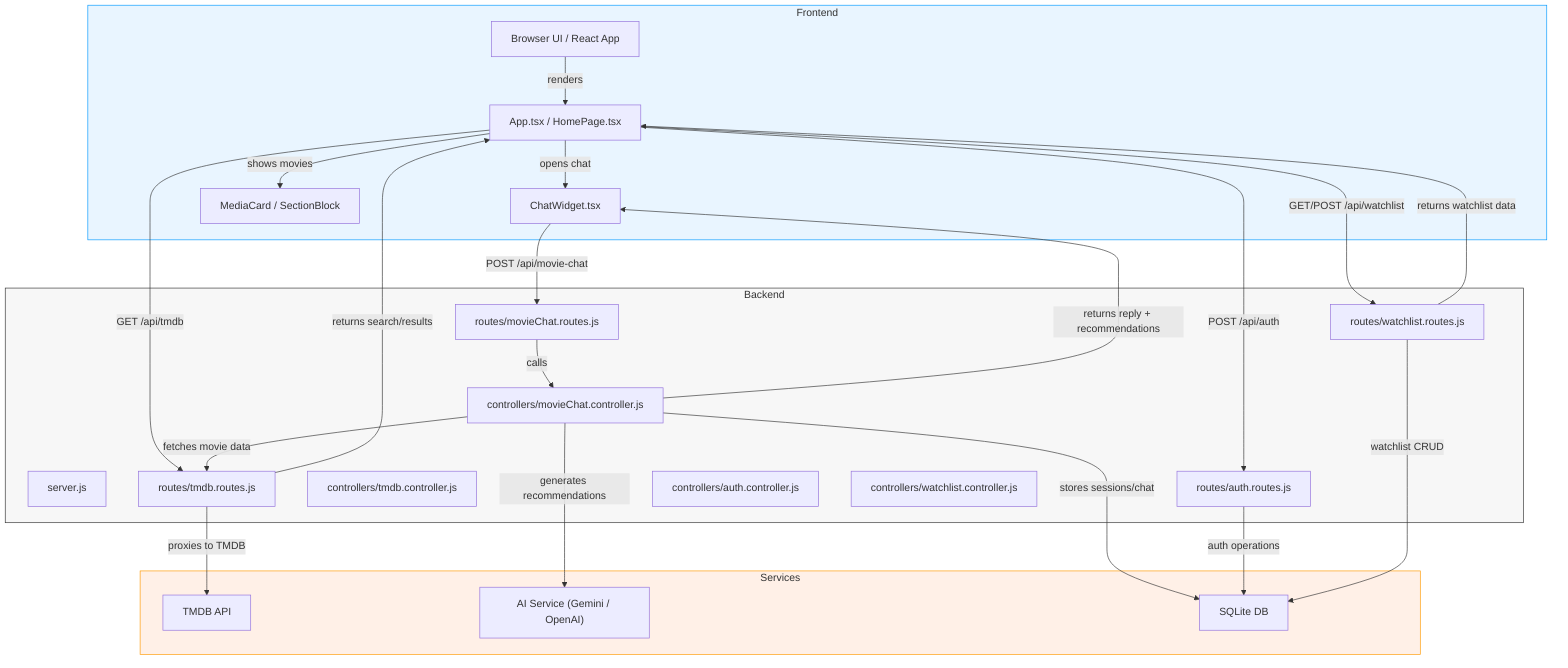
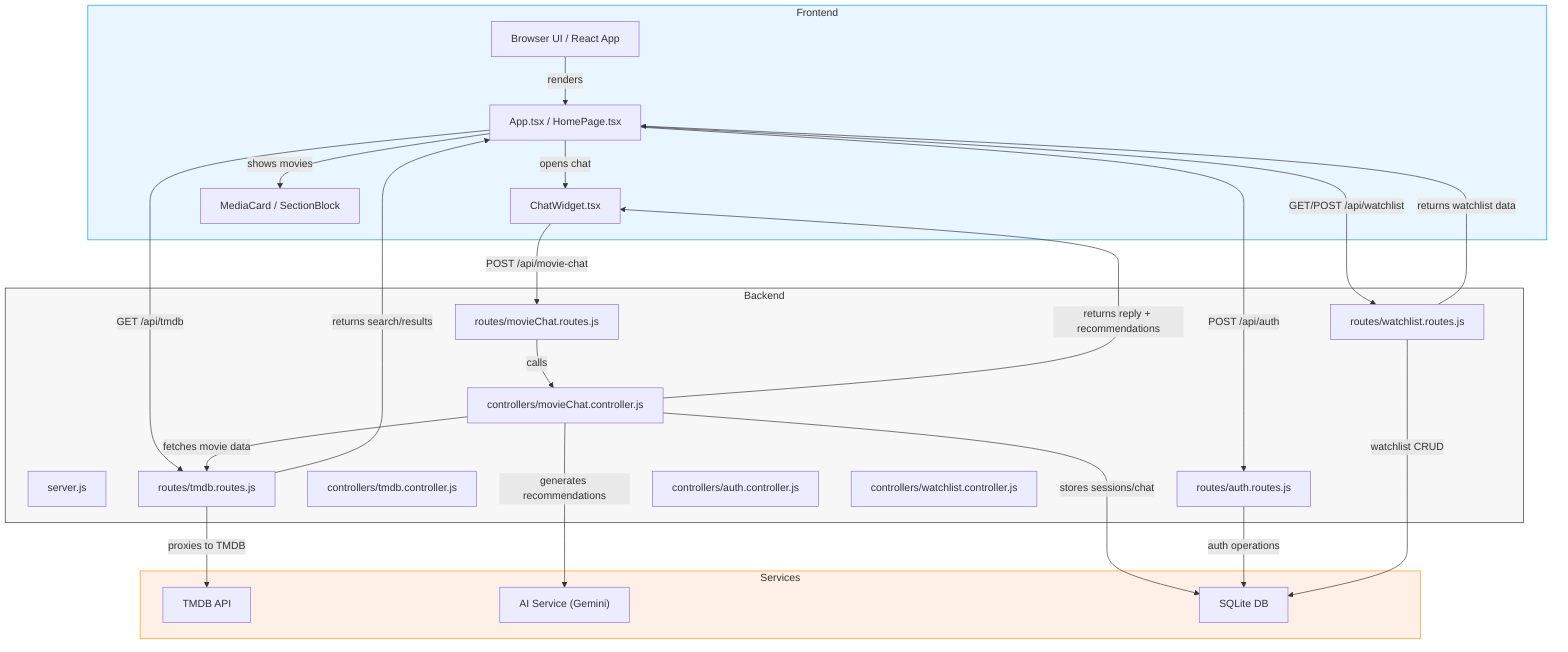
flowchart TD
  subgraph Frontend
    A1[Browser UI / React App]
    A2[App.tsx / HomePage.tsx]
    A3[ChatWidget.tsx]
    A4[MediaCard / SectionBlock]
  end

  subgraph Backend
    B1[server.js]
    B2[routes/movieChat.routes.js]
    B3[controllers/movieChat.controller.js]
    B4[routes/tmdb.routes.js]
    B5[controllers/tmdb.controller.js]
    B6[routes/auth.routes.js]
    B7[controllers/auth.controller.js]
    B8[routes/watchlist.routes.js]
    B9[controllers/watchlist.controller.js]
  end

  subgraph Services
    C1[TMDB API]
-     C2["AI Service (Gemini / OpenAI)"]
+     C2["AI Service (Gemini)"]
    C3[SQLite DB]
  end

  A1 -->|renders| A2
  A2 -->|opens chat| A3
  A2 -->|shows movies| A4
  A3 -->|POST /api/movie-chat| B2
  A2 -->|GET /api/tmdb| B4
  A2 -->|POST /api/auth| B6
  A2 -->|GET/POST /api/watchlist| B8

  B2 -->|calls| B3
  B3 -->|fetches movie data| B4
  B3 -->|generates recommendations| C2
  B3 -->|stores sessions/chat| C3
  B4 -->|proxies to TMDB| C1
  B6 -->|auth operations| C3
  B8 -->|watchlist CRUD| C3

  B3 -->|returns reply + recommendations| A3
  B4 -->|returns search/results| A2
  B8 -->|returns watchlist data| A2

  style Frontend fill:#e9f5ff,stroke:#0099ff,stroke-width:1px
  style Backend fill:#f7f7f7,stroke:#333,stroke-width:1px
  style Services fill:#fff0e7,stroke:#ff9900,stroke-width:1px
